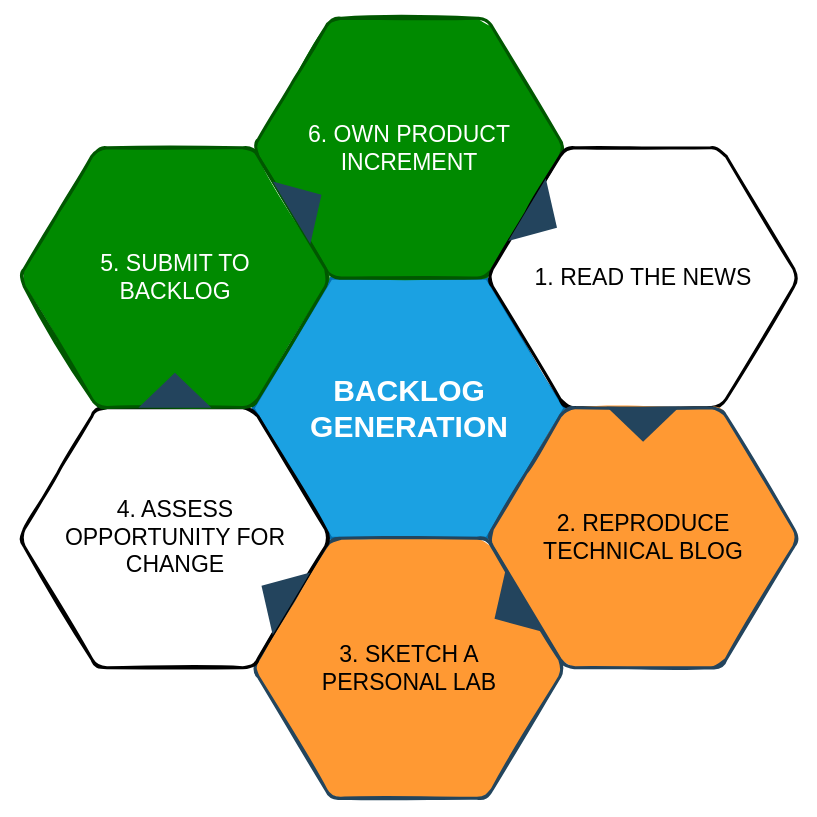
Earlier version of the draw.io diagram media/backlog-generation.drawio (reply-fr/sustainable-personal-accounts). Source tidied: cells renumbered, new cells numbered last; positions are measured from the earlier drawing's top-left corner, leaving out a move shared by most shapes. Both pictures are drawn from the tidied source at 100%, with x=0, y=0 at pixel (18, 18).
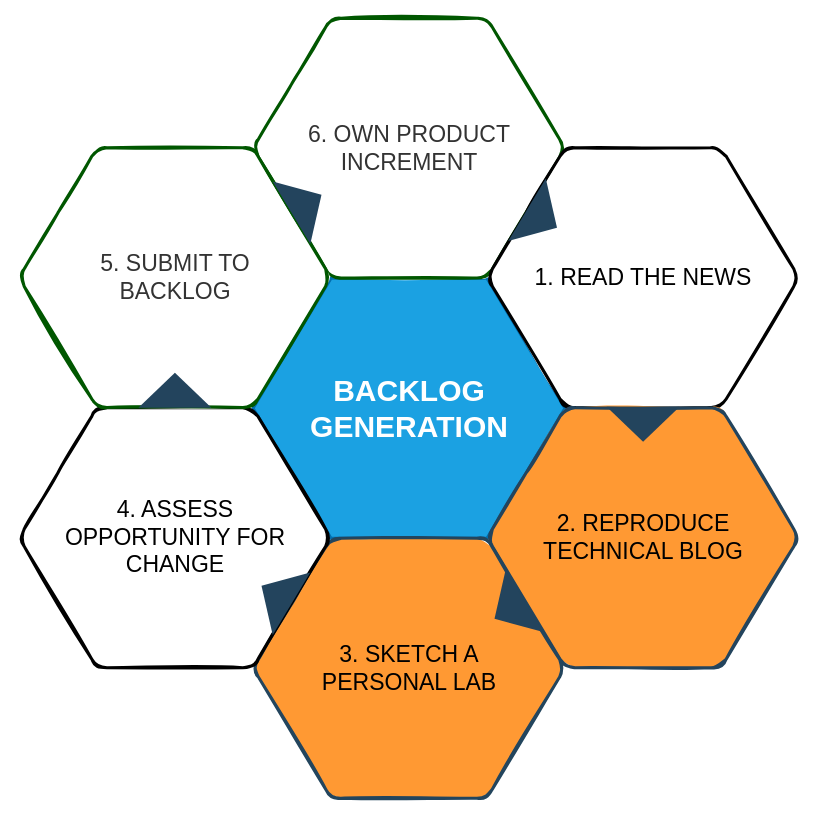
The same page after the edit.

Commit message (it also covers changes not shown here):
use SVG rather than PNG for diagrams used in this package

Diff of the diagram source:
```diff
@@
 <mxGraphModel>
   <root>
     <mxCell id="0" />
     <mxCell id="1" parent="0" />
     <mxCell id="2" value="&lt;font color=&quot;#ffffff&quot;&gt;&lt;span style=&quot;font-size: 30px&quot;&gt;&lt;b&gt;BACKLOG GENERATION&lt;/b&gt;&lt;/span&gt;&lt;/font&gt;" style="shape=hexagon;perimeter=hexagonPerimeter2;whiteSpace=wrap;html=1;shadow=0;labelBackgroundColor=none;strokeColor=#006EAF;fillColor=#1ba1e2;fontFamily=Helvetica;fontSize=23;fontColor=#ffffff;align=center;strokeWidth=3;" parent="1" vertex="1">
       <mxGeometry x="234.6" y="259.8" width="311.8" height="259.9" as="geometry" />
     </mxCell>
     <mxCell id="3" style="triangle;whiteSpace=wrap;html=1;shadow=0;labelBackgroundColor=none;strokeColor=none;fillColor=#FFFFFF;fontFamily=Helvetica;fontSize=17;fontColor=#23445d;align=center;rotation=90;gradientColor=none;flipV=1;flipH=1;opacity=20;" parent="1" vertex="1">
       <mxGeometry x="115.5" y="277.7" width="72" height="152" as="geometry" />
     </mxCell>
-    <mxCell id="4" value="&lt;font style=&quot;font-size: 23px&quot;&gt;6. OWN PRODUCT INCREMENT&lt;br&gt;&lt;/font&gt;" style="shape=hexagon;perimeter=hexagonPerimeter2;whiteSpace=wrap;html=1;shadow=0;labelBackgroundColor=none;strokeColor=#005700;fillColor=#008a00;fontFamily=Helvetica;fontSize=23;fontColor=#ffffff;align=center;strokeWidth=3;rounded=1;sketch=1;fillStyle=solid;perimeterSpacing=2;noLabel=0;direction=east;fixDash=0;backgroundOutline=0;gradientDirection=east;" parent="1" vertex="1">
+    <mxCell id="4" value="&lt;font style=&quot;font-size: 23px&quot;&gt;6. OWN PRODUCT INCREMENT&lt;br&gt;&lt;/font&gt;" style="shape=hexagon;perimeter=hexagonPerimeter2;whiteSpace=wrap;html=1;shadow=0;labelBackgroundColor=none;strokeColor=#005700;fillColor=#FFFFFF;fontFamily=Helvetica;fontSize=23;fontColor=#333333;align=center;strokeWidth=3;rounded=1;sketch=1;fillStyle=solid;perimeterSpacing=2;direction=east;fixDash=0;backgroundOutline=0;gradientDirection=east;" parent="1" vertex="1">
       <mxGeometry x="234.6" y="-0.3" width="311.8" height="259.9" as="geometry" />
     </mxCell>
     <mxCell id="5" value="1. READ THE NEWS" style="shape=hexagon;perimeter=hexagonPerimeter2;whiteSpace=wrap;html=1;shadow=0;labelBackgroundColor=none;fontFamily=Helvetica;fontSize=23;align=center;strokeWidth=3;rounded=1;sketch=1;fillStyle=solid;" parent="1" vertex="1">
       <mxGeometry x="468.7" y="129.2" width="311.8" height="259.9" as="geometry" />
     </mxCell>
     <mxCell id="6" value="2. REPRODUCE&lt;br&gt;TECHNICAL BLOG" style="shape=hexagon;perimeter=hexagonPerimeter2;whiteSpace=wrap;html=1;shadow=0;labelBackgroundColor=none;strokeColor=#23445D;fillColor=#FF9933;fontFamily=Helvetica;fontSize=23;fontColor=#000000;align=center;strokeWidth=3;rounded=1;sketch=1;fillStyle=solid;" parent="1" vertex="1">
       <mxGeometry x="468.7" y="389.3" width="311.8" height="259.9" as="geometry" />
     </mxCell>
     <mxCell id="7" value="3. SKETCH A&lt;br&gt;PERSONAL LAB" style="shape=hexagon;perimeter=hexagonPerimeter2;whiteSpace=wrap;html=1;shadow=0;labelBackgroundColor=none;strokeColor=#23455D;fillColor=#FF9933;fontFamily=Helvetica;fontSize=23;fontColor=#000000;align=center;strokeWidth=3;rounded=1;sketch=1;fillStyle=solid;" parent="1" vertex="1">
       <mxGeometry x="234.6" y="519.8" width="311.8" height="259.9" as="geometry" />
     </mxCell>
     <mxCell id="8" value="4. ASSESS&lt;br&gt;OPPORTUNITY FOR&lt;br&gt;CHANGE" style="shape=hexagon;perimeter=hexagonPerimeter2;whiteSpace=wrap;html=1;shadow=0;labelBackgroundColor=none;fontFamily=Helvetica;fontSize=23;align=center;strokeWidth=3;rounded=1;sketch=1;fillStyle=solid;" parent="1" vertex="1">
       <mxGeometry x="0.5" y="389.3" width="311.8" height="259.9" as="geometry" />
     </mxCell>
-    <mxCell id="9" value="&lt;font style=&quot;font-size: 23px&quot;&gt;5. SUBMIT TO&lt;br&gt;BACKLOG&lt;br&gt;&lt;/font&gt;" style="shape=hexagon;perimeter=hexagonPerimeter2;whiteSpace=wrap;html=1;shadow=0;labelBackgroundColor=none;strokeColor=#005700;fillColor=#008a00;fontFamily=Helvetica;fontSize=23;fontColor=#ffffff;align=center;strokeWidth=3;rounded=1;sketch=1;fillStyle=solid;" parent="1" vertex="1">
+    <mxCell id="9" value="&lt;font style=&quot;font-size: 23px&quot;&gt;5. SUBMIT TO&lt;br&gt;BACKLOG&lt;br&gt;&lt;/font&gt;" style="shape=hexagon;perimeter=hexagonPerimeter2;whiteSpace=wrap;html=1;shadow=0;labelBackgroundColor=none;strokeColor=#005700;fillColor=#FFFFFF;fontFamily=Helvetica;fontSize=23;fontColor=#333333;align=center;strokeWidth=3;rounded=1;sketch=1;fillStyle=solid;" parent="1" vertex="1">
       <mxGeometry x="0.5" y="129.2" width="311.8" height="259.9" as="geometry" />
     </mxCell>
     <mxCell id="10" style="triangle;whiteSpace=wrap;html=1;shadow=0;labelBackgroundColor=none;strokeColor=none;fillColor=#23445D;fontFamily=Helvetica;fontSize=17;fontColor=#23445d;align=center;rotation=31;gradientColor=none;strokeWidth=3;" parent="1" vertex="1">
       <mxGeometry x="506" y="163.7" width="35" height="73" as="geometry" />
     </mxCell>
     <mxCell id="11" style="triangle;whiteSpace=wrap;html=1;shadow=0;labelBackgroundColor=none;strokeColor=none;fillColor=#23445D;fontFamily=Helvetica;fontSize=17;fontColor=#23445d;align=center;rotation=31;gradientColor=none;flipH=1;strokeWidth=3;" parent="1" vertex="1">
       <mxGeometry x="240.5" y="539.7" width="35" height="73" as="geometry" />
     </mxCell>
     <mxCell id="12" style="triangle;whiteSpace=wrap;html=1;shadow=0;labelBackgroundColor=none;strokeColor=none;fillColor=#23445D;fontFamily=Helvetica;fontSize=17;fontColor=#23445d;align=center;rotation=329;gradientColor=none;strokeWidth=3;" parent="1" vertex="1">
       <mxGeometry x="270.5" y="148.7" width="35" height="73" as="geometry" />
     </mxCell>
     <mxCell id="13" style="triangle;whiteSpace=wrap;html=1;shadow=0;labelBackgroundColor=none;strokeColor=none;fillColor=#23445D;fontFamily=Helvetica;fontSize=17;fontColor=#23445d;align=center;rotation=329;gradientColor=none;flipH=1;strokeWidth=3;" parent="1" vertex="1">
       <mxGeometry x="473.5" y="554.7" width="35" height="73" as="geometry" />
     </mxCell>
     <mxCell id="14" style="triangle;whiteSpace=wrap;html=1;shadow=0;labelBackgroundColor=none;strokeColor=none;fillColor=#23445D;fontFamily=Helvetica;fontSize=17;fontColor=#23445d;align=center;rotation=90;gradientColor=none;strokeWidth=3;" parent="1" vertex="1">
       <mxGeometry x="607.1" y="369.2" width="35" height="73" as="geometry" />
     </mxCell>
     <mxCell id="15" style="triangle;whiteSpace=wrap;html=1;shadow=0;labelBackgroundColor=none;strokeColor=none;fillColor=#23445D;fontFamily=Helvetica;fontSize=17;fontColor=#23445d;align=center;rotation=90;gradientColor=none;flipH=1;strokeWidth=3;" parent="1" vertex="1">
       <mxGeometry x="138.9" y="335.2" width="35" height="73" as="geometry" />
     </mxCell>
   </root>
 </mxGraphModel>
```
